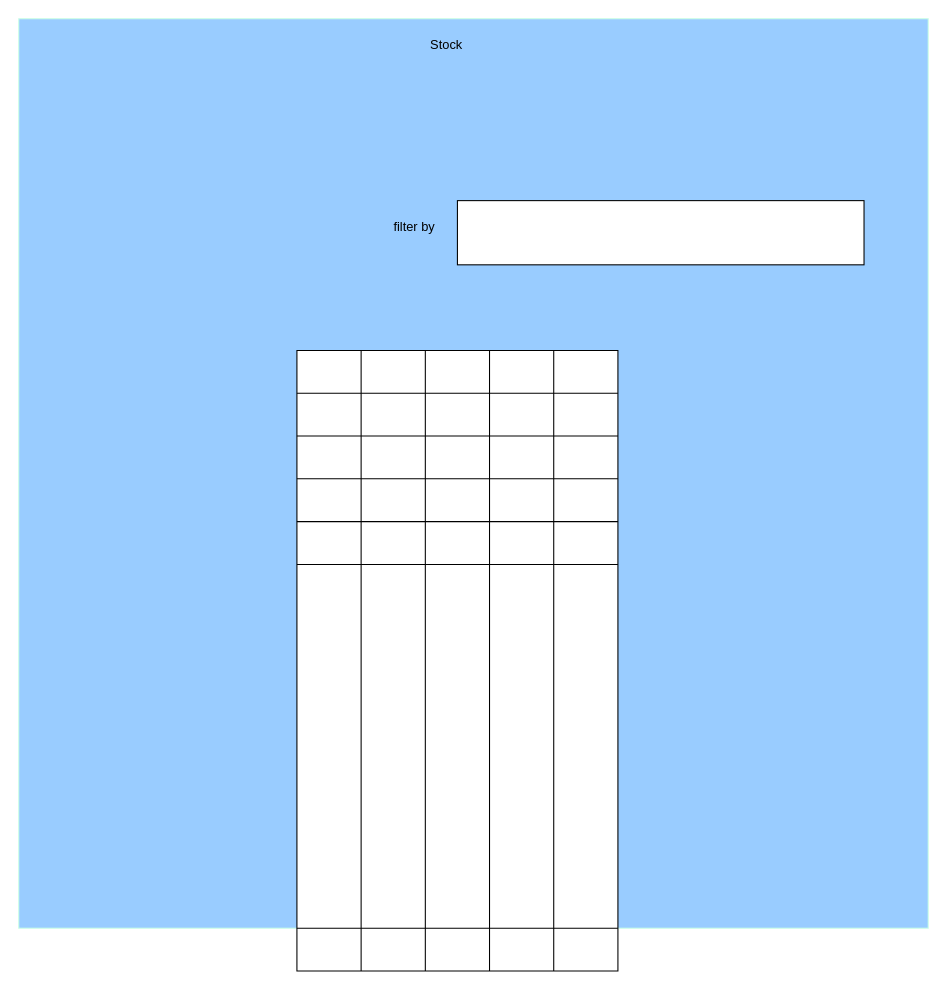
Before: page "Page-3" (3 of 3) of page.drawio in Wanesia/XPProject, a draw.io diagram. Source tidied: cells renumbered, new cells numbered last; positions are measured from the earlier drawing's top-left corner, leaving out a move shared by most shapes. Both pictures are drawn from the tidied source at 107%, with x=0, y=0 at pixel (18, 18). Pictures stored in the file or linked from it are replaced by grey dashed boxes.
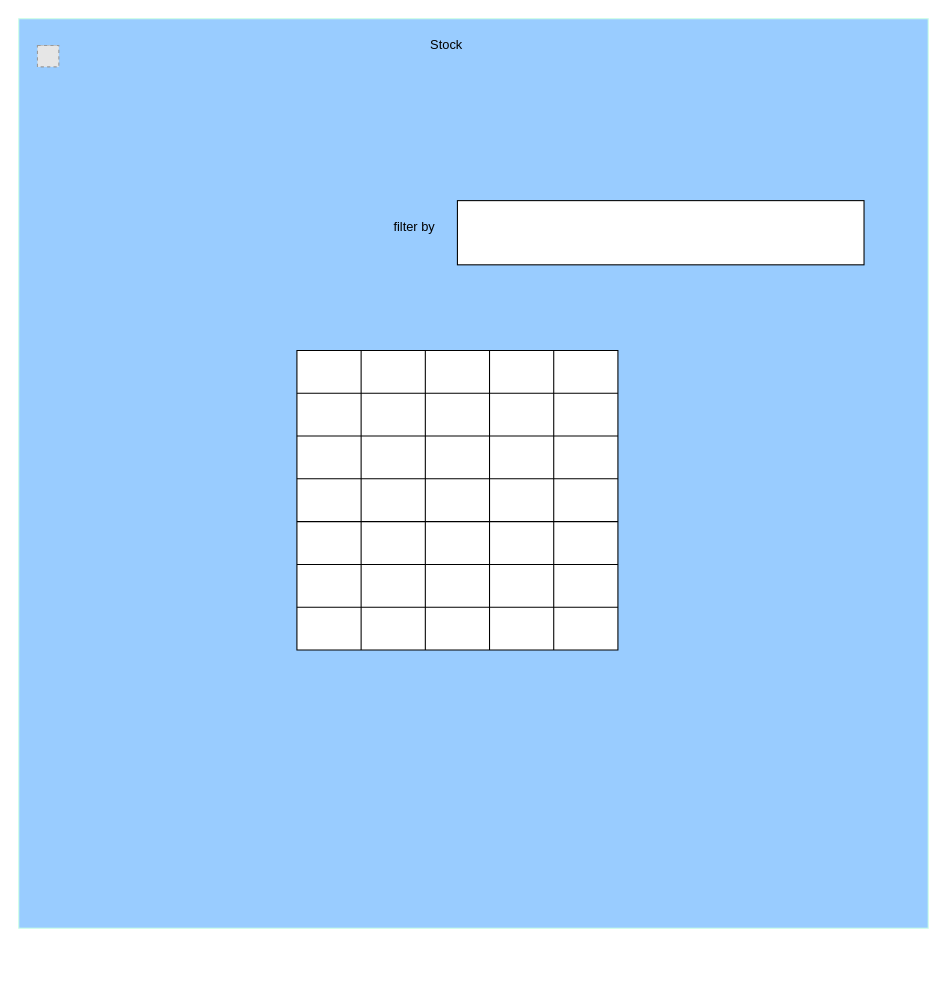
The same diagram, later.

What changed in the source:
```diff
@@
     <mxCell id="6" style="shape=table;startSize=0;childLayout=tableLayout;" parent="1" vertex="1">
-      <mxGeometry x="260" y="310" width="300" height="580" as="geometry" />
+      <mxGeometry x="260" y="310" width="300" height="280" as="geometry" />
     </mxCell>
@@
     <mxCell id="37" style="shape=tableRow;horizontal=0;startSize=0;swimlaneHead=0;swimlaneBody=0;top=0;left=0;bottom=0;right=0;fillColor=none;" parent="6" vertex="1">
-      <mxGeometry y="200" width="300" height="340" as="geometry" />
+      <mxGeometry y="200" width="300" height="40" as="geometry" />
     </mxCell>
     <mxCell id="38" style="shape=partialRectangle;html=1;whiteSpace=wrap;overflow=hidden;fillColor=none;top=0;left=0;bottom=0;right=0;" parent="37" vertex="1">
-      <mxGeometry width="60" height="340" as="geometry" />
+      <mxGeometry width="60" height="40" as="geometry" />
     </mxCell>
     <mxCell id="39" style="shape=partialRectangle;html=1;whiteSpace=wrap;overflow=hidden;fillColor=none;top=0;left=0;bottom=0;right=0;" parent="37" vertex="1">
-      <mxGeometry x="60" width="60" height="340" as="geometry" />
+      <mxGeometry x="60" width="60" height="40" as="geometry" />
     </mxCell>
     <mxCell id="40" style="shape=partialRectangle;html=1;whiteSpace=wrap;overflow=hidden;fillColor=none;top=0;left=0;bottom=0;right=0;" parent="37" vertex="1">
-      <mxGeometry x="120" width="60" height="340" as="geometry" />
+      <mxGeometry x="120" width="60" height="40" as="geometry" />
     </mxCell>
     <mxCell id="41" style="shape=partialRectangle;html=1;whiteSpace=wrap;overflow=hidden;fillColor=none;top=0;left=0;bottom=0;right=0;" parent="37" vertex="1">
-      <mxGeometry x="180" width="60" height="340" as="geometry" />
+      <mxGeometry x="180" width="60" height="40" as="geometry" />
     </mxCell>
     <mxCell id="42" style="shape=partialRectangle;html=1;whiteSpace=wrap;overflow=hidden;fillColor=none;top=0;left=0;bottom=0;right=0;" parent="37" vertex="1">
-      <mxGeometry x="240" width="60" height="340" as="geometry" />
+      <mxGeometry x="240" width="60" height="40" as="geometry" />
     </mxCell>
     <mxCell id="43" style="shape=tableRow;horizontal=0;startSize=0;swimlaneHead=0;swimlaneBody=0;top=0;left=0;bottom=0;right=0;fillColor=none;" parent="6" vertex="1">
-      <mxGeometry y="540" width="300" height="40" as="geometry" />
+      <mxGeometry y="240" width="300" height="40" as="geometry" />
     </mxCell>
@@
+    <mxCell id="49" style="fillColor=#E6E6E6;strokeColor=#999999;dashed=1;html=1;verticalAlign=top;verticalLabelPosition=bottom;labelBackgroundColor=#ffffff;" parent="1" vertex="1">
+      <mxGeometry x="20" y="25" width="15" height="15" as="geometry" />
+    </mxCell>
+    <mxCell id="50" style="fillColor=#E6E6E6;strokeColor=#999999;dashed=1;html=1;verticalAlign=top;verticalLabelPosition=bottom;labelBackgroundColor=#ffffff;" parent="1" vertex="1">
+      <mxGeometry x="17.5" y="25" width="20" height="20" as="geometry" />
+    </mxCell>
```
